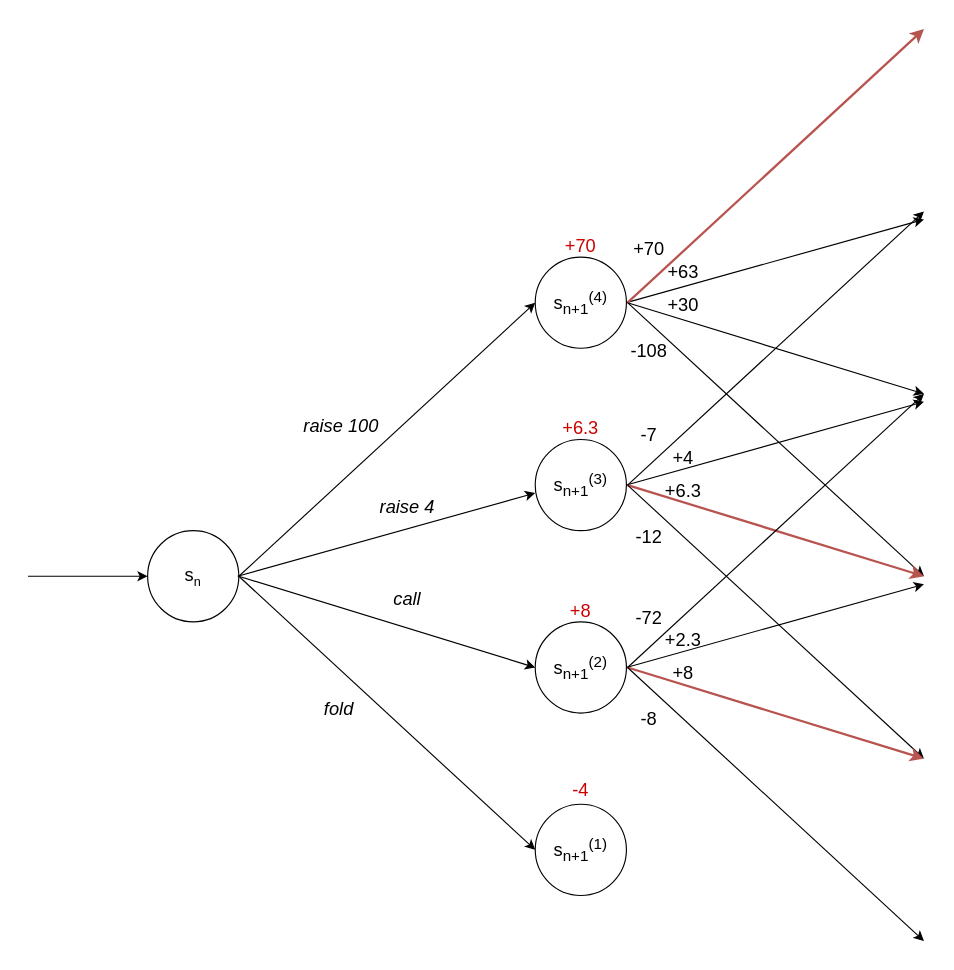
Above: defense/poker_state_4.drawio in Orpheon/All-in (draw.io), before the change. Source tidied: cells renumbered, new cells numbered last; positions are measured from the earlier drawing's top-left corner, leaving out a move shared by most shapes. Both pictures are drawn from the tidied source at 114%, with x=0, y=0 at pixel (27, 28).
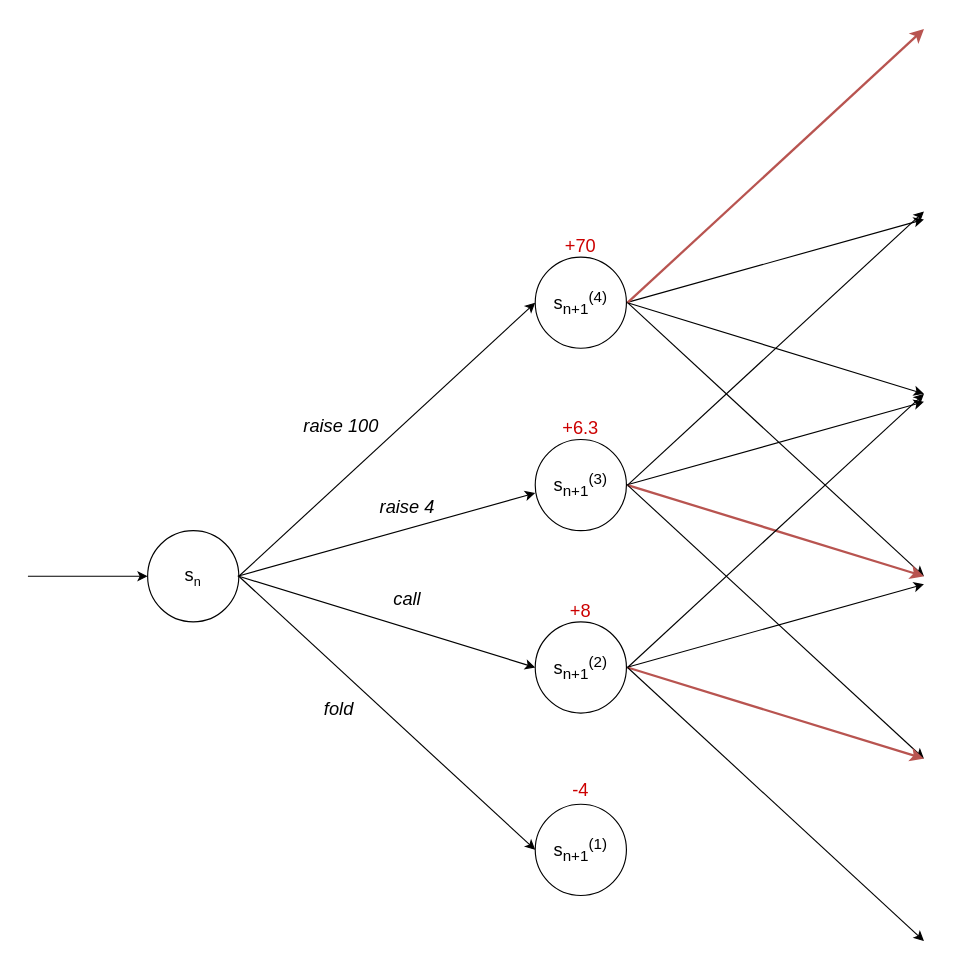
After the change.

Diff of the diagram source:
```diff
@@
-    <mxCell id="33" value="+70" style="text;html=1;strokeColor=none;fillColor=none;align=center;verticalAlign=middle;whiteSpace=wrap;rounded=0;fontSize=16;" parent="1" vertex="1">
-      <mxGeometry x="525" y="183" width="40" height="20" as="geometry" />
-    </mxCell>
-    <mxCell id="34" value="+63" style="text;html=1;strokeColor=none;fillColor=none;align=center;verticalAlign=middle;whiteSpace=wrap;rounded=0;fontSize=16;" parent="1" vertex="1">
-      <mxGeometry x="555" y="203" width="40" height="20" as="geometry" />
-    </mxCell>
-    <mxCell id="35" value="+30" style="text;html=1;align=center;verticalAlign=middle;whiteSpace=wrap;rounded=0;fontSize=16;" parent="1" vertex="1">
-      <mxGeometry x="555" y="232" width="40" height="20" as="geometry" />
-    </mxCell>
-    <mxCell id="36" value="-108" style="text;html=1;strokeColor=none;fillColor=none;align=center;verticalAlign=middle;whiteSpace=wrap;rounded=0;fontSize=16;" parent="1" vertex="1">
-      <mxGeometry x="525" y="272" width="40" height="20" as="geometry" />
-    </mxCell>
-    <mxCell id="37" value="-7" style="text;html=1;strokeColor=none;fillColor=none;align=center;verticalAlign=middle;whiteSpace=wrap;rounded=0;fontSize=16;" parent="1" vertex="1">
-      <mxGeometry x="525" y="345.5" width="40" height="20" as="geometry" />
-    </mxCell>
-    <mxCell id="38" value="+4" style="text;html=1;strokeColor=none;fillColor=none;align=center;verticalAlign=middle;whiteSpace=wrap;rounded=0;fontSize=16;" parent="1" vertex="1">
-      <mxGeometry x="555" y="365.5" width="40" height="20" as="geometry" />
-    </mxCell>
-    <mxCell id="39" value="+6.3" style="text;html=1;strokeColor=none;fillColor=none;align=center;verticalAlign=middle;whiteSpace=wrap;rounded=0;fontSize=16;" parent="1" vertex="1">
-      <mxGeometry x="555" y="394.5" width="40" height="20" as="geometry" />
-    </mxCell>
-    <mxCell id="40" value="-12" style="text;html=1;strokeColor=none;fillColor=none;align=center;verticalAlign=middle;whiteSpace=wrap;rounded=0;fontSize=16;" parent="1" vertex="1">
-      <mxGeometry x="525" y="434.5" width="40" height="20" as="geometry" />
-    </mxCell>
-    <mxCell id="41" value="-72" style="text;html=1;strokeColor=none;fillColor=none;align=center;verticalAlign=middle;whiteSpace=wrap;rounded=0;fontSize=16;" parent="1" vertex="1">
-      <mxGeometry x="525" y="505.5" width="40" height="20" as="geometry" />
-    </mxCell>
-    <mxCell id="42" value="+2.3" style="text;html=1;strokeColor=none;fillColor=none;align=center;verticalAlign=middle;whiteSpace=wrap;rounded=0;fontSize=16;" parent="1" vertex="1">
-      <mxGeometry x="555" y="525.5" width="40" height="20" as="geometry" />
-    </mxCell>
-    <mxCell id="43" value="+8" style="text;html=1;strokeColor=none;fillColor=none;align=center;verticalAlign=middle;whiteSpace=wrap;rounded=0;fontSize=16;" parent="1" vertex="1">
-      <mxGeometry x="555" y="554.5" width="40" height="20" as="geometry" />
-    </mxCell>
-    <mxCell id="44" value="-8" style="text;html=1;strokeColor=none;fillColor=none;align=center;verticalAlign=middle;whiteSpace=wrap;rounded=0;fontSize=16;" parent="1" vertex="1">
-      <mxGeometry x="525" y="594.5" width="40" height="20" as="geometry" />
-    </mxCell>
```
